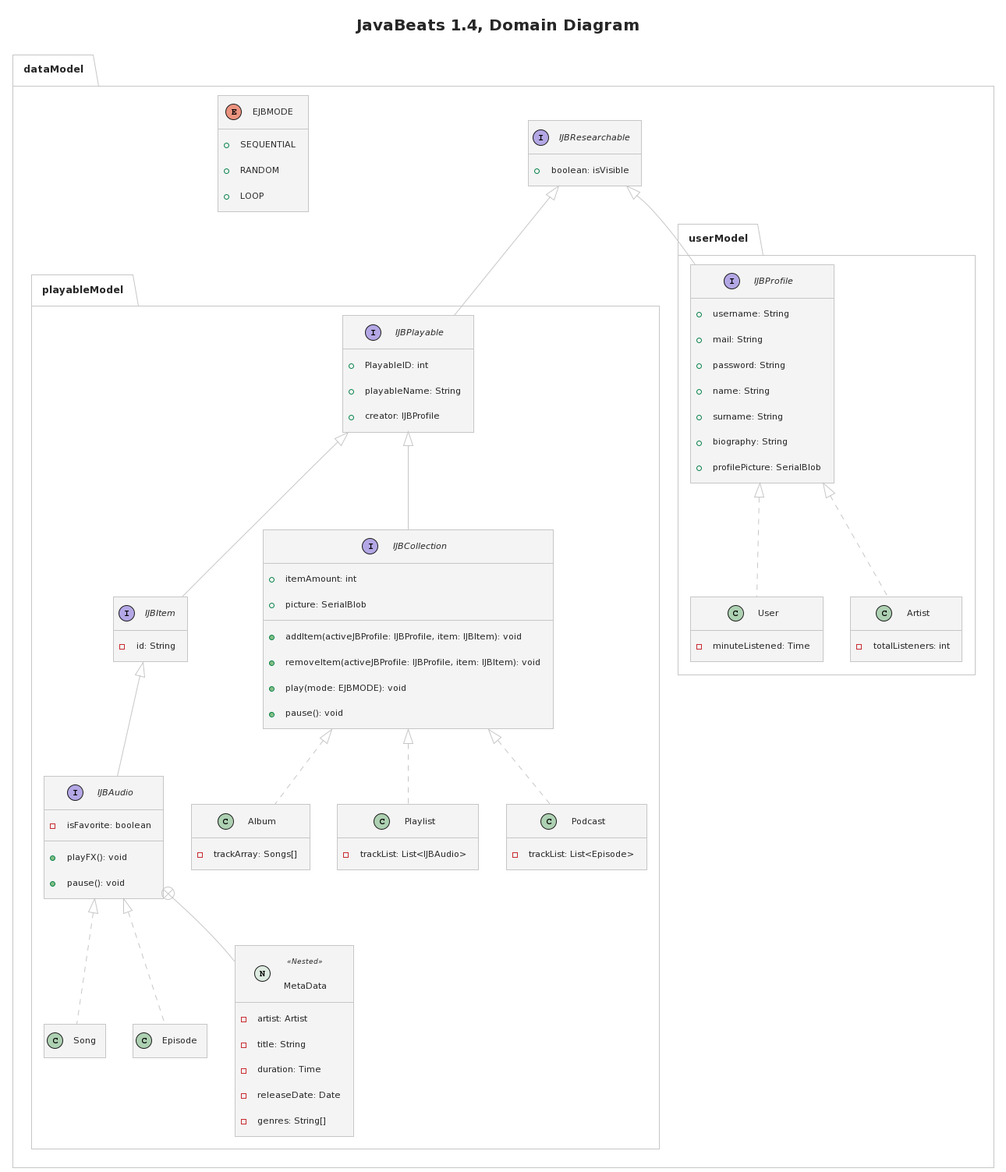
This is doc/UML/UML.png from IngSW-unipv/Progetto-B24, a PlantUML export, as it was before one commit.
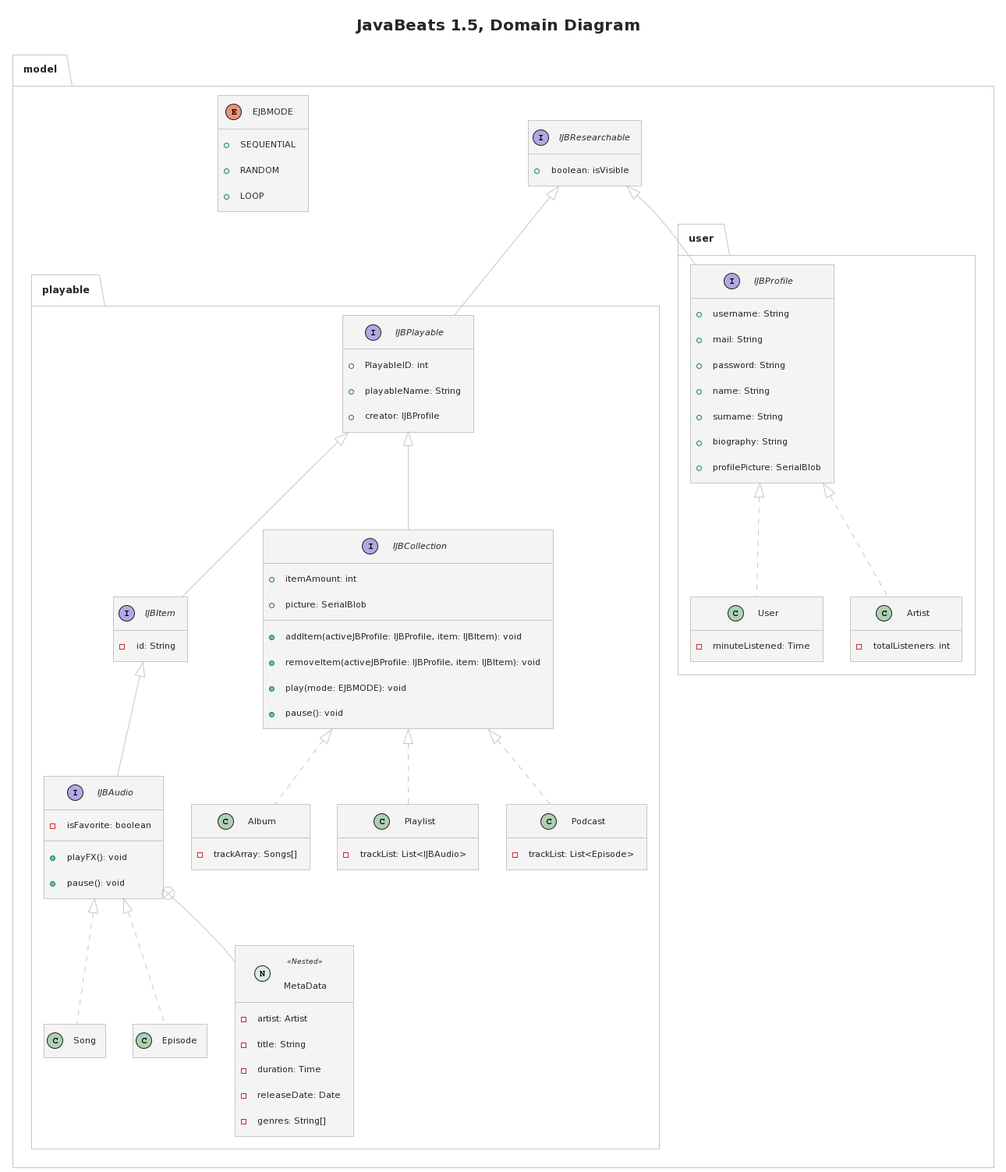
After the change.

Commit message:
@elaborazione - UML 1.5 e Package

Change to the diagram source:
```diff
@@ -1,14 +1,14 @@
 @startuml
 !theme carbon-gray
 
-title JavaBeats 1.4, Domain Diagram
+title JavaBeats 1.5, Domain Diagram
 
 !true = 1
 !false = 0
 !nesteds = true
 !compositions = false
 
-package dataModel{
+package model{
   interface IJBResearchable{
     + boolean: isVisible
   }
@@ -20,8 +20,8 @@
     + LOOP
   }
 
-  package playableModel{
-    interface IJBPlayable implements dataModel.IJBResearchable{
+  package playable{
+    interface IJBPlayable implements model.IJBResearchable{
       + PlayableID: int
       + playableName: String
       + creator: IJBProfile
@@ -76,8 +76,8 @@
     }
   }
 
-  package userModel{
-    interface IJBProfile implements dataModel.IJBResearchable{
+  package user{
+    interface IJBProfile implements model.IJBResearchable{
       + username: String
       + mail: String
       + password: String
```
